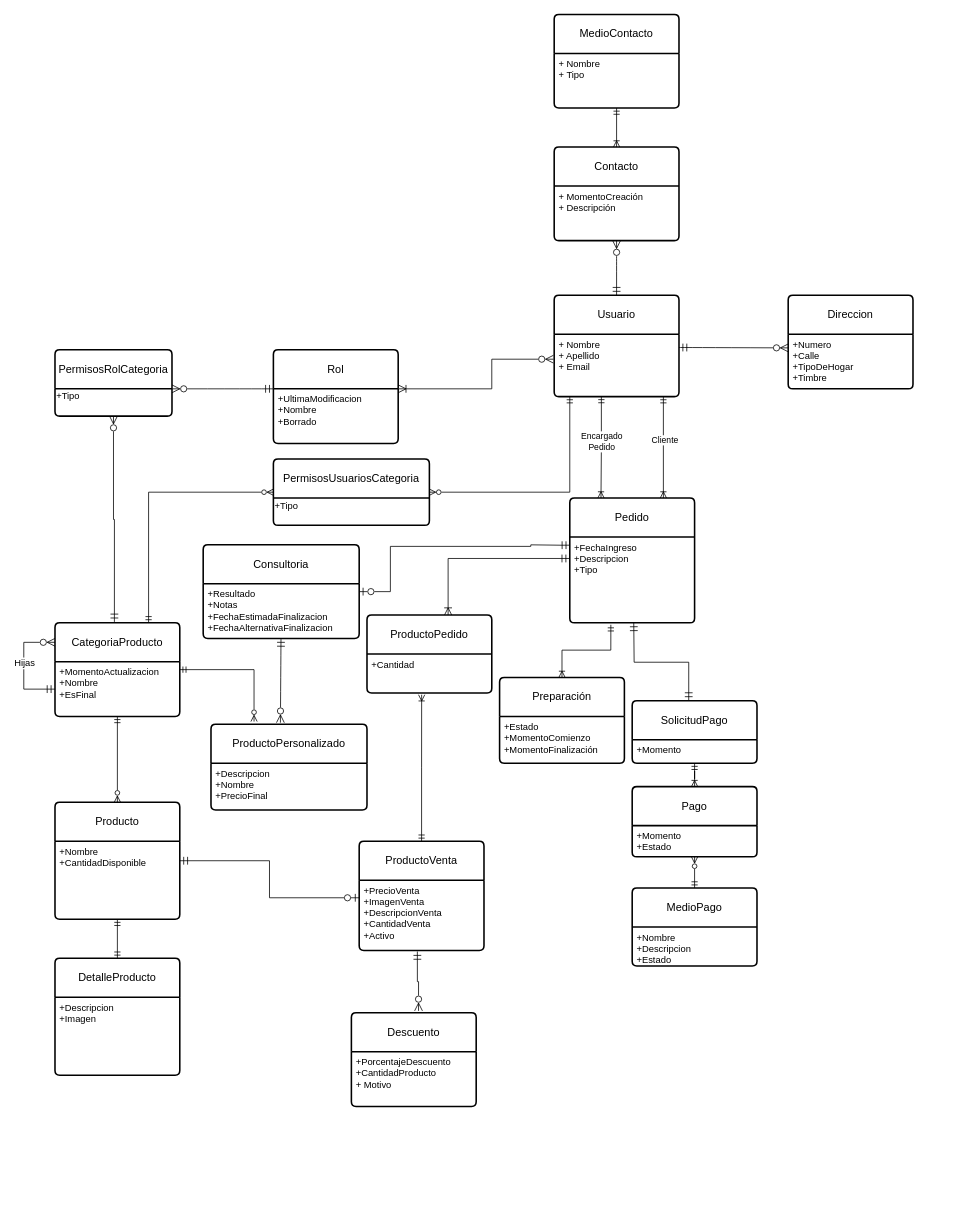
Before: propuesta/ModeloDatos/DiagramaDeDatosDeProcesos.drawio in elelouch/TrabajoFinalAUS, a draw.io diagram. Source tidied: cells renumbered, new cells numbered last; positions are measured from the earlier drawing's top-left corner, leaving out a move shared by most shapes. Both pictures are drawn from the tidied source at 78%, with x=0, y=0 at pixel (23, 14).
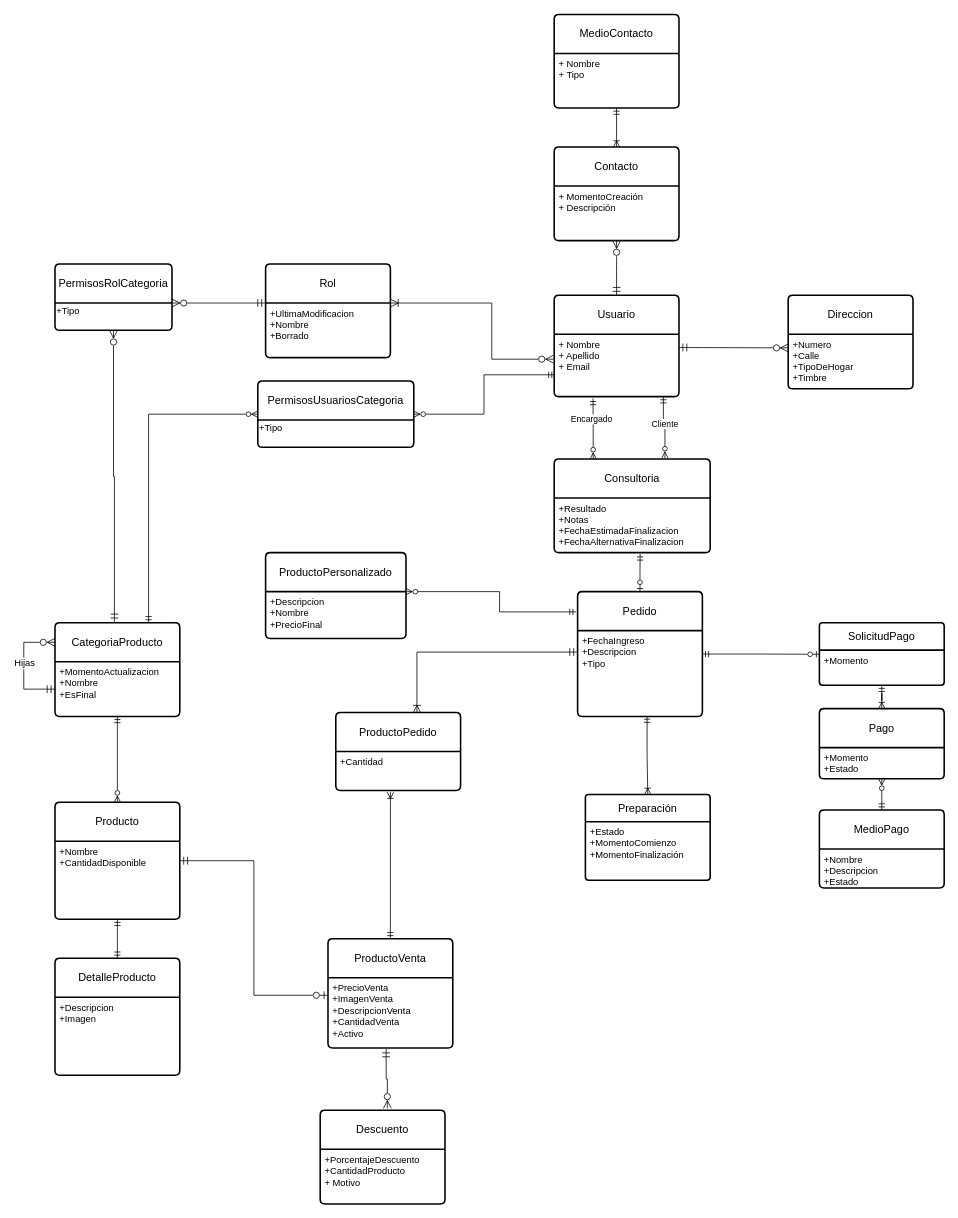
Above is the later version.

The change refers to these unchanged cells:
```xml
<mxCell id="3" value="+ Nombre&lt;br&gt;+ Apellido&lt;div&gt;+ Email&lt;/div&gt;" style="align=left;strokeColor=none;fillColor=none;spacingLeft=4;spacingRight=4;fontSize=12;verticalAlign=top;html=1;whiteSpace=wrap;" parent="2" vertex="1">
  <mxGeometry y="50" width="160" height="80" as="geometry" />
</mxCell>
<mxCell id="5" value="+FechaIngreso&lt;br&gt;+Descripcion&lt;br&gt;&lt;div&gt;+Tipo&lt;/div&gt;" style="align=left;strokeColor=none;fillColor=none;spacingLeft=4;spacingRight=4;fontSize=12;verticalAlign=top;html=1;whiteSpace=wrap;" parent="4" vertex="1">
  <mxGeometry y="50" width="160" height="110" as="geometry" />
</mxCell>
<mxCell id="13" value="CategoriaProducto" style="swimlane;horizontal=1;startSize=50;rounded=1;fontSize=14;fontStyle=0;strokeWidth=2;shadow=0;dashed=0;align=center;arcSize=4;whiteSpace=wrap;html=1;" parent="1" vertex="1">
  <mxGeometry x="40" y="780" width="160" height="120" as="geometry" />
</mxCell>
<mxCell id="29" value="+Resultado&lt;div&gt;&lt;span style=&quot;background-color: transparent; color: light-dark(rgb(0, 0, 0), rgb(255, 255, 255));&quot;&gt;+Notas&lt;/span&gt;&lt;/div&gt;&lt;div&gt;+FechaEstimadaFinalizacion&lt;/div&gt;&lt;div&gt;+FechaAlternativaFinalizacion&lt;/div&gt;" style="align=left;strokeColor=none;fillColor=none;spacingLeft=4;spacingRight=4;fontSize=12;verticalAlign=top;html=1;whiteSpace=wrap;" parent="28" vertex="1">
  <mxGeometry y="50" width="200" height="70" as="geometry" />
</mxCell>
<mxCell id="40" value="+UltimaModificacion&lt;div&gt;+Nombre&lt;/div&gt;&lt;div&gt;+Borrado&lt;/div&gt;" style="align=left;strokeColor=none;fillColor=none;spacingLeft=4;spacingRight=4;fontSize=12;verticalAlign=top;html=1;whiteSpace=wrap;" parent="39" vertex="1">
  <mxGeometry y="50" width="160" height="70" as="geometry" />
</mxCell>
```

What changed in the source:
```diff
@@
     <mxCell id="4" value="Pedido" style="swimlane;horizontal=1;startSize=50;rounded=1;fontSize=14;fontStyle=0;strokeWidth=2;shadow=0;dashed=0;align=center;arcSize=4;whiteSpace=wrap;html=1;" parent="1" vertex="1">
-      <mxGeometry x="700" y="620" width="160" height="160" as="geometry" />
+      <mxGeometry x="710" y="740" width="160" height="160" as="geometry" />
     </mxCell>
@@
-    <mxCell id="6" value="SolicitudPago" style="swimlane;horizontal=1;startSize=50;rounded=1;fontSize=14;fontStyle=0;strokeWidth=2;shadow=0;dashed=0;align=center;arcSize=4;whiteSpace=wrap;html=1;" parent="1" vertex="1">
-      <mxGeometry x="780" y="880" width="160" height="80" as="geometry" />
+    <mxCell id="6" value="SolicitudPago" style="swimlane;horizontal=1;startSize=35;rounded=1;fontSize=14;fontStyle=0;strokeWidth=2;shadow=0;dashed=0;align=center;arcSize=4;whiteSpace=wrap;html=1;" parent="1" vertex="1">
+      <mxGeometry x="1020" y="780" width="160" height="80" as="geometry" />
     </mxCell>
     <mxCell id="7" value="+Momento" style="align=left;strokeColor=none;fillColor=none;spacingLeft=4;spacingRight=4;fontSize=12;verticalAlign=top;html=1;whiteSpace=wrap;" parent="6" vertex="1">
-      <mxGeometry y="50" width="160" height="30" as="geometry" />
+      <mxGeometry y="35" width="160" height="45" as="geometry" />
     </mxCell>
     <mxCell id="8" value="ProductoVenta" style="swimlane;horizontal=1;startSize=50;rounded=1;fontSize=14;fontStyle=0;strokeWidth=2;shadow=0;dashed=0;align=center;arcSize=4;whiteSpace=wrap;html=1;" parent="1" vertex="1">
-      <mxGeometry x="430" y="1060" width="160" height="140" as="geometry" />
+      <mxGeometry x="390" y="1185" width="160" height="140" as="geometry" />
     </mxCell>
@@
-    <mxCell id="21" style="edgeStyle=orthogonalEdgeStyle;rounded=0;jettySize=auto;html=1;exitX=0.378;exitY=0.998;exitDx=0;exitDy=0;entryX=0.25;entryY=0;entryDx=0;entryDy=0;exitPerimeter=0;endArrow=ERoneToMany;endFill=0;startArrow=ERmandOne;startFill=0;" parent="1" edge="1" source="3" target="4">
-      <mxGeometry relative="1" as="geometry" />
-    </mxCell>
-    <mxCell id="22" value="Encargado&lt;div&gt;Pedido&lt;/div&gt;" style="edgeLabel;html=1;align=center;verticalAlign=middle;" parent="21" vertex="1">
-      <mxGeometry x="-0.11" relative="1" as="geometry" />
-    </mxCell>
-    <mxCell id="23" style="edgeStyle=orthogonalEdgeStyle;rounded=0;jettySize=auto;html=1;exitX=0.875;exitY=1;exitDx=0;exitDy=0;entryX=0.75;entryY=0;entryDx=0;entryDy=0;exitPerimeter=0;endArrow=ERoneToMany;endFill=0;startArrow=ERmandOne;startFill=0;" parent="1" edge="1" source="3" target="4">
+    <mxCell id="23" style="edgeStyle=orthogonalEdgeStyle;rounded=0;jettySize=auto;html=1;exitX=0.875;exitY=1;exitDx=0;exitDy=0;entryX=0.71;entryY=-0.01;entryDx=0;entryDy=0;exitPerimeter=0;endArrow=ERzeroToMany;endFill=0;startArrow=ERmandOne;startFill=0;entryPerimeter=0;" parent="1" edge="1" source="3" target="28">
       <mxGeometry relative="1" as="geometry" />
     </mxCell>
@@
     <mxCell id="28" value="Consultoria" style="swimlane;horizontal=1;startSize=50;rounded=1;fontSize=14;fontStyle=0;strokeWidth=2;shadow=0;dashed=0;align=center;arcSize=4;whiteSpace=wrap;html=1;" parent="1" vertex="1">
-      <mxGeometry x="230" y="680" width="200" height="120" as="geometry" />
+      <mxGeometry x="680" y="570" width="200" height="120" as="geometry" />
     </mxCell>
@@
-    <mxCell id="30" style="edgeStyle=orthogonalEdgeStyle;rounded=0;jettySize=auto;html=1;fontSize=12;startSize=8;endSize=8;endArrow=ERzeroToOne;endFill=0;startArrow=ERmandOne;startFill=0;exitX=0.001;exitY=0.095;exitDx=0;exitDy=0;exitPerimeter=0;" parent="1" edge="1" source="5" target="28">
-      <mxGeometry relative="1" as="geometry">
-        <Array as="points">
-          <mxPoint x="690" y="681" />
-          <mxPoint x="650" y="680" />
-          <mxPoint x="650" y="682" />
-          <mxPoint x="470" y="682" />
-          <mxPoint x="470" y="740" />
-        </Array>
-      </mxGeometry>
-    </mxCell>
-    <mxCell id="31" style="edgeStyle=orthogonalEdgeStyle;rounded=0;jettySize=auto;html=1;entryX=0.453;entryY=-0.004;entryDx=0;entryDy=0;entryPerimeter=0;fontSize=12;startSize=8;endSize=8;curved=0;endArrow=ERmandOne;endFill=0;startArrow=ERmandOne;startFill=0;" parent="1" edge="1" target="6">
-      <mxGeometry relative="1" as="geometry">
-        <mxPoint x="782" y="780" as="sourcePoint" />
-      </mxGeometry>
-    </mxCell>
     <mxCell id="32" value="ProductoPersonalizado" style="swimlane;horizontal=1;startSize=50;rounded=1;fontSize=14;fontStyle=0;strokeWidth=2;shadow=0;dashed=0;align=center;arcSize=4;whiteSpace=wrap;html=1;" parent="1" vertex="1">
-      <mxGeometry x="240" y="910" width="200" height="110" as="geometry" />
+      <mxGeometry x="310" y="690" width="180" height="110" as="geometry" />
     </mxCell>
     <mxCell id="33" value="+Descripcion&lt;div&gt;+Nombre&lt;/div&gt;&lt;div&gt;&lt;div&gt;+PrecioFinal&lt;/div&gt;&lt;/div&gt;&lt;div&gt;&lt;br&gt;&lt;/div&gt;" style="align=left;strokeColor=none;fillColor=none;spacingLeft=4;spacingRight=4;fontSize=12;verticalAlign=top;html=1;whiteSpace=wrap;" parent="32" vertex="1">
-      <mxGeometry y="50" width="200" height="60" as="geometry" />
+      <mxGeometry y="50" width="180" height="60" as="geometry" />
     </mxCell>
@@
-    <mxCell id="37" style="edgeStyle=none;curved=1;rounded=0;jettySize=auto;html=1;entryX=0.445;entryY=-0.018;entryDx=0;entryDy=0;entryPerimeter=0;fontSize=12;startSize=8;endSize=8;endArrow=ERzeroToMany;endFill=0;startArrow=ERmandOne;startFill=0;" parent="1" edge="1" source="29" target="32">
-      <mxGeometry relative="1" as="geometry" />
-    </mxCell>
@@
     <mxCell id="39" value="Rol" style="swimlane;horizontal=1;startSize=50;rounded=1;fontSize=14;fontStyle=0;strokeWidth=2;shadow=0;dashed=0;align=center;arcSize=4;whiteSpace=wrap;html=1;" parent="1" vertex="1">
-      <mxGeometry x="320" y="430" width="160" height="120" as="geometry" />
+      <mxGeometry x="310" y="320" width="160" height="120" as="geometry" />
     </mxCell>
@@
     <mxCell id="41" value="&lt;div&gt;PermisosRolCategoria&lt;/div&gt;" style="swimlane;horizontal=1;startSize=50;rounded=1;fontSize=14;fontStyle=0;strokeWidth=2;shadow=0;dashed=0;align=center;arcSize=4;whiteSpace=wrap;html=1;" parent="1" vertex="1">
-      <mxGeometry x="40" y="430" width="150" height="85" as="geometry" />
+      <mxGeometry x="40" y="320" width="150" height="85" as="geometry" />
     </mxCell>
@@
     <mxCell id="43" style="edgeStyle=orthogonalEdgeStyle;rounded=0;jettySize=auto;html=1;exitX=-0.006;exitY=0.4;exitDx=0;exitDy=0;fontSize=12;startSize=8;endSize=8;entryX=1;entryY=0;entryDx=0;entryDy=0;startArrow=ERzeroToMany;startFill=0;endArrow=ERoneToMany;endFill=0;exitPerimeter=0;" parent="1" edge="1" source="3" target="40">
       <mxGeometry relative="1" as="geometry">
         <Array as="points">
           <mxPoint x="600" y="442" />
-          <mxPoint x="600" y="480" />
+          <mxPoint x="600" y="370" />
         </Array>
       </mxGeometry>
     </mxCell>
@@
     <mxCell id="46" value="Pago" style="swimlane;horizontal=1;startSize=50;rounded=1;fontSize=14;fontStyle=0;strokeWidth=2;shadow=0;dashed=0;align=center;arcSize=4;whiteSpace=wrap;html=1;" parent="1" vertex="1">
-      <mxGeometry x="780" y="990" width="160" height="90" as="geometry" />
+      <mxGeometry x="1020" y="890" width="160" height="90" as="geometry" />
     </mxCell>
@@
     <mxCell id="48" value="MedioPago" style="swimlane;horizontal=1;startSize=50;rounded=1;fontSize=14;fontStyle=0;strokeWidth=2;shadow=0;dashed=0;align=center;arcSize=4;whiteSpace=wrap;html=1;" parent="1" vertex="1">
-      <mxGeometry x="780" y="1120" width="160" height="100" as="geometry" />
+      <mxGeometry x="1020" y="1020" width="160" height="100" as="geometry" />
     </mxCell>
@@
-    <mxCell id="52" value="Preparación" style="swimlane;horizontal=1;startSize=50;rounded=1;fontSize=14;fontStyle=0;strokeWidth=2;shadow=0;dashed=0;align=center;arcSize=4;whiteSpace=wrap;html=1;" parent="1" vertex="1">
-      <mxGeometry x="610" y="850" width="160" height="110" as="geometry" />
+    <mxCell id="52" value="Preparación" style="swimlane;horizontal=1;startSize=35;rounded=1;fontSize=14;fontStyle=0;strokeWidth=2;shadow=0;dashed=0;align=center;arcSize=4;whiteSpace=wrap;html=1;" parent="1" vertex="1">
+      <mxGeometry x="720" y="1000" width="160" height="110" as="geometry" />
     </mxCell>
     <mxCell id="53" value="+Estado&amp;nbsp;&lt;div&gt;+MomentoComienzo&lt;/div&gt;&lt;div&gt;+MomentoFinalización&lt;/div&gt;" style="align=left;strokeColor=none;fillColor=none;spacingLeft=4;spacingRight=4;fontSize=12;verticalAlign=top;html=1;whiteSpace=wrap;" parent="52" vertex="1">
-      <mxGeometry y="50" width="160" height="60" as="geometry" />
+      <mxGeometry y="35" width="160" height="75" as="geometry" />
     </mxCell>
-    <mxCell id="54" style="rounded=0;jettySize=auto;html=1;exitX=0.329;exitY=1.022;exitDx=0;exitDy=0;entryX=0.5;entryY=0;entryDx=0;entryDy=0;edgeStyle=orthogonalEdgeStyle;exitPerimeter=0;startArrow=ERmandOne;startFill=0;endArrow=ERoneToMany;endFill=0;" parent="1" edge="1" source="5" target="52">
+    <mxCell id="54" style="rounded=0;jettySize=auto;html=1;exitX=0.557;exitY=0.996;exitDx=0;exitDy=0;entryX=0.5;entryY=0;entryDx=0;entryDy=0;edgeStyle=orthogonalEdgeStyle;exitPerimeter=0;startArrow=ERmandOne;startFill=0;endArrow=ERoneToMany;endFill=0;" parent="1" edge="1" source="5" target="52">
       <mxGeometry relative="1" as="geometry" />
     </mxCell>
@@
     <mxCell id="56" value="&lt;div&gt;PermisosUsuariosCategoria&lt;/div&gt;" style="swimlane;horizontal=1;startSize=50;rounded=1;fontSize=14;fontStyle=0;strokeWidth=2;shadow=0;dashed=0;align=center;arcSize=4;whiteSpace=wrap;html=1;" parent="1" vertex="1">
-      <mxGeometry x="320" y="570" width="200" height="85" as="geometry" />
+      <mxGeometry x="300" y="470" width="200" height="85" as="geometry" />
     </mxCell>
@@
-    <mxCell id="58" style="edgeStyle=orthogonalEdgeStyle;rounded=0;jettySize=auto;html=1;exitX=0.125;exitY=1;exitDx=0;exitDy=0;entryX=1;entryY=0.5;entryDx=0;entryDy=0;endArrow=ERzeroToMany;endFill=0;startArrow=ERmandOne;startFill=0;exitPerimeter=0;" parent="1" edge="1" source="3" target="56">
+    <mxCell id="58" style="edgeStyle=orthogonalEdgeStyle;rounded=0;jettySize=auto;html=1;exitX=0.006;exitY=0.65;exitDx=0;exitDy=0;entryX=1;entryY=0.5;entryDx=0;entryDy=0;endArrow=ERzeroToMany;endFill=0;startArrow=ERmandOne;startFill=0;exitPerimeter=0;" parent="1" edge="1" source="3" target="56">
       <mxGeometry relative="1" as="geometry" />
     </mxCell>
     <mxCell id="59" value="Descuento" style="swimlane;horizontal=1;startSize=50;rounded=1;fontSize=14;fontStyle=0;strokeWidth=2;shadow=0;dashed=0;align=center;arcSize=4;whiteSpace=wrap;html=1;" parent="1" vertex="1">
-      <mxGeometry x="420" y="1280" width="160" height="120" as="geometry" />
+      <mxGeometry x="380" y="1405" width="160" height="120" as="geometry" />
     </mxCell>
@@
     <mxCell id="65" value="ProductoPedido" style="swimlane;horizontal=1;startSize=50;rounded=1;fontSize=14;fontStyle=0;strokeWidth=2;shadow=0;dashed=0;align=center;arcSize=4;whiteSpace=wrap;html=1;" parent="1" vertex="1">
-      <mxGeometry x="440" y="770" width="160" height="100" as="geometry" />
+      <mxGeometry x="400" y="895" width="160" height="100" as="geometry" />
     </mxCell>
@@
-    <mxCell id="68" style="edgeStyle=orthogonalEdgeStyle;rounded=0;jettySize=auto;html=1;entryX=0.276;entryY=-0.031;entryDx=0;entryDy=0;entryPerimeter=0;endArrow=ERzeroToMany;endFill=0;startArrow=ERmandOne;startFill=0;" parent="1" edge="1" source="13" target="32">
-      <mxGeometry relative="1" as="geometry" />
-    </mxCell>
+    <mxCell id="69" style="edgeStyle=orthogonalEdgeStyle;rounded=0;jettySize=auto;html=1;exitX=1;exitY=0;exitDx=0;exitDy=0;startArrow=ERzeroToMany;startFill=0;endArrow=ERmandOne;endFill=0;" parent="1" edge="1" source="33">
+      <mxGeometry relative="1" as="geometry">
+        <mxPoint x="708" y="766" as="targetPoint" />
+        <Array as="points">
+          <mxPoint x="610" y="740" />
+          <mxPoint x="610" y="766" />
+        </Array>
+      </mxGeometry>
+    </mxCell>
+    <mxCell id="70" style="edgeStyle=orthogonalEdgeStyle;rounded=0;jettySize=auto;html=1;exitX=0.25;exitY=0;exitDx=0;exitDy=0;entryX=0.311;entryY=1.029;entryDx=0;entryDy=0;entryPerimeter=0;endArrow=ERmandOne;endFill=0;startArrow=ERzeroToMany;startFill=0;" parent="1" edge="1" source="28" target="3">
+      <mxGeometry relative="1" as="geometry" />
+    </mxCell>
+    <mxCell id="71" value="&lt;div&gt;Encargado&lt;/div&gt;" style="edgeLabel;html=1;align=center;verticalAlign=middle;" parent="70" vertex="1">
+      <mxGeometry x="0.34" y="2" relative="1" as="geometry" />
+    </mxCell>
+    <mxCell id="72" style="edgeStyle=orthogonalEdgeStyle;rounded=0;jettySize=auto;html=1;exitX=0.5;exitY=0;exitDx=0;exitDy=0;entryX=0.551;entryY=1.022;entryDx=0;entryDy=0;entryPerimeter=0;endArrow=ERmandOne;endFill=0;startArrow=ERzeroToOne;startFill=0;" parent="1" edge="1" source="4" target="29">
+      <mxGeometry relative="1" as="geometry" />
+    </mxCell>
+    <mxCell id="73" style="edgeStyle=orthogonalEdgeStyle;rounded=0;jettySize=auto;html=1;exitX=1;exitY=0.5;exitDx=0;exitDy=0;entryX=0.001;entryY=0.119;entryDx=0;entryDy=0;entryPerimeter=0;endArrow=ERzeroToOne;endFill=0;startArrow=ERmandOne;startFill=0;" parent="1" edge="1" source="4" target="7">
+      <mxGeometry relative="1" as="geometry" />
+    </mxCell>
```
